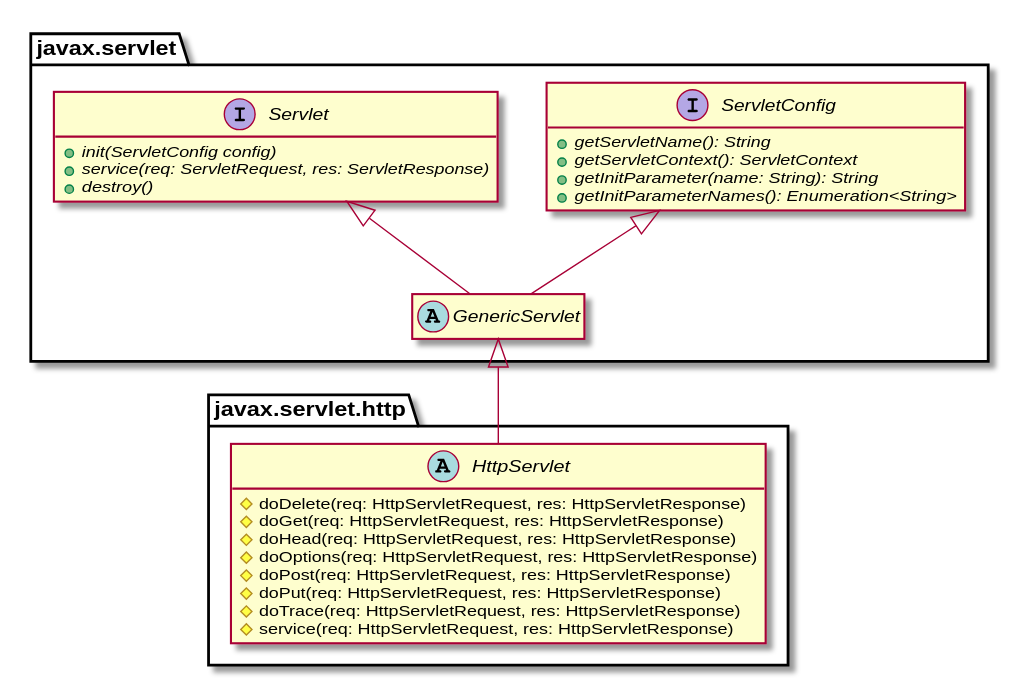
This is cours/images/servlet/servlet.svg from formations/javaee, a PlantUML export, as it was before one commit. Source of this version:
```plantuml
@startuml
package "javax.servlet" {
 interface Servlet {
  {abstract} + init(ServletConfig config)
  {abstract} + service(req: ServletRequest, res: ServletResponse)
  {abstract} + destroy()
 }
 interface ServletConfig {
  {abstract} + getServletName(): String
  {abstract} + getServletContext(): ServletContext
  {abstract} + getInitParameter(name: String): String
  {abstract} + getInitParameterNames(): Enumeration<String>
 }
 abstract class GenericServlet {

 }
 GenericServlet -up-|> Servlet
 GenericServlet -up-|> ServletConfig
}
package "javax.servlet.http" {
 abstract class HttpServlet {
  # doDelete(req: HttpServletRequest, res: HttpServletResponse)
  # doGet(req: HttpServletRequest, res: HttpServletResponse)
  # doHead(req: HttpServletRequest, res: HttpServletResponse)
  # doOptions(req: HttpServletRequest, res: HttpServletResponse)
  # doPost(req: HttpServletRequest, res: HttpServletResponse)
  # doPut(req: HttpServletRequest, res: HttpServletResponse)
  # doTrace(req: HttpServletRequest, res: HttpServletResponse)
  # service(req: HttpServletRequest, res: HttpServletResponse)
  }
}
HttpServlet -up-|> GenericServlet
hide empty attributes
hide empty methods
@enduml
```
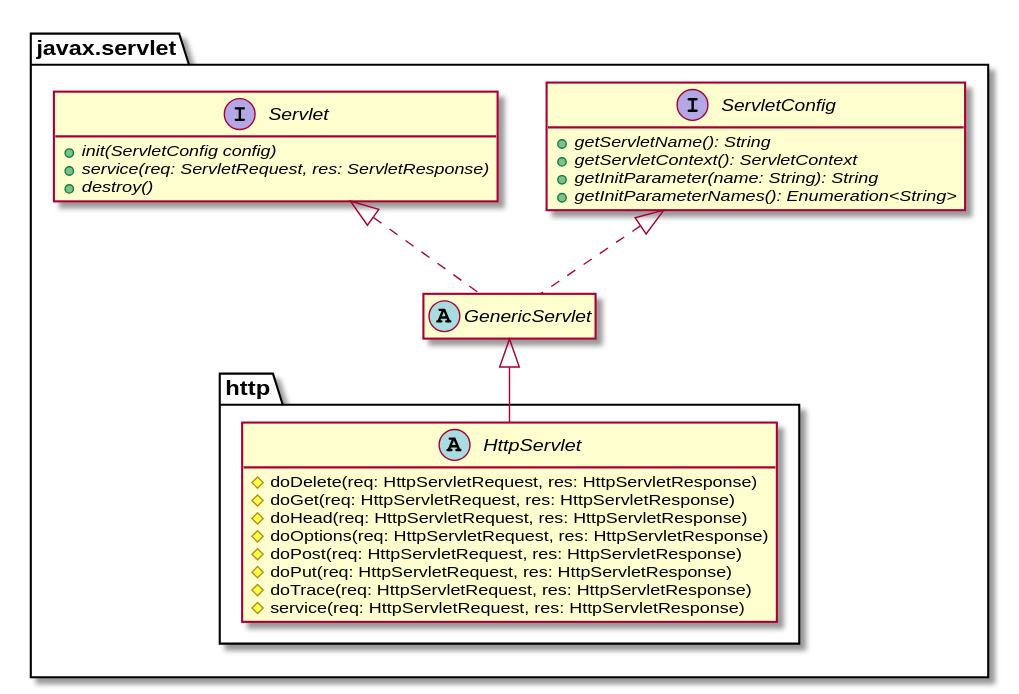
After the change.

Commit message:
Fix UML diagrams

Diff of the diagram source:
```diff
@@ -11,24 +11,22 @@
   {abstract} + getInitParameter(name: String): String
   {abstract} + getInitParameterNames(): Enumeration<String>
  }
- abstract class GenericServlet {
-
+ abstract class GenericServlet
+ package "http" {
+  abstract class HttpServlet {
+   # doDelete(req: HttpServletRequest, res: HttpServletResponse)
+   # doGet(req: HttpServletRequest, res: HttpServletResponse)
+   # doHead(req: HttpServletRequest, res: HttpServletResponse)
+   # doOptions(req: HttpServletRequest, res: HttpServletResponse)
+   # doPost(req: HttpServletRequest, res: HttpServletResponse)
+   # doPut(req: HttpServletRequest, res: HttpServletResponse)
+   # doTrace(req: HttpServletRequest, res: HttpServletResponse)
+   # service(req: HttpServletRequest, res: HttpServletResponse)
+  }
  }
- GenericServlet -up-|> Servlet
- GenericServlet -up-|> ServletConfig
 }
-package "javax.servlet.http" {
- abstract class HttpServlet {
-  # doDelete(req: HttpServletRequest, res: HttpServletResponse)
-  # doGet(req: HttpServletRequest, res: HttpServletResponse)
-  # doHead(req: HttpServletRequest, res: HttpServletResponse)
-  # doOptions(req: HttpServletRequest, res: HttpServletResponse)
-  # doPost(req: HttpServletRequest, res: HttpServletResponse)
-  # doPut(req: HttpServletRequest, res: HttpServletResponse)
-  # doTrace(req: HttpServletRequest, res: HttpServletResponse)
-  # service(req: HttpServletRequest, res: HttpServletResponse)
-  }
-}
+GenericServlet .up.|> Servlet
+GenericServlet .up.|> ServletConfig
 HttpServlet -up-|> GenericServlet
 hide empty attributes
 hide empty methods
```
